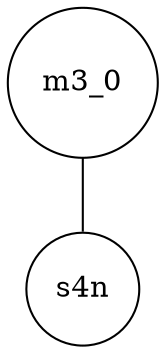
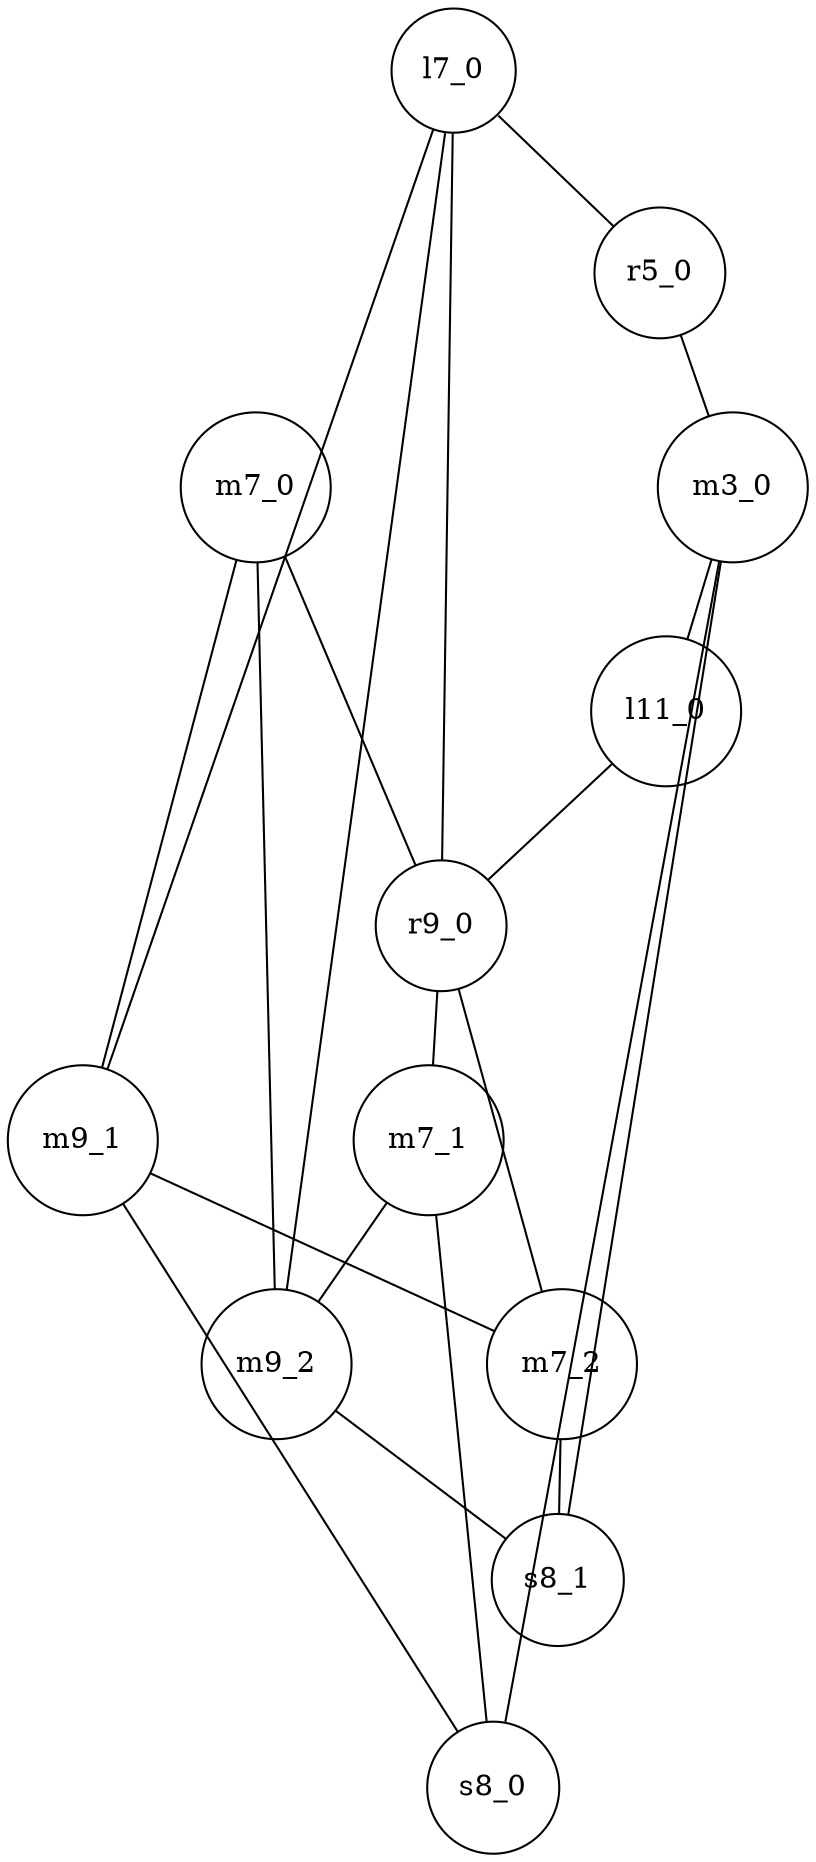
graph "PoT_clone" {
	layout=dot;
	rankdir=TB;
	splines=false;
	newrank=true;
- 	{ rank=same; s4n; }
- 	{ rank=same; m3_0; }
+ 	{ rank=same; m3_0; m7_0; }
+ 	{ rank=same; m7_1; m9_1; }
+ 	{ rank=same; m7_2; m9_2; }
+ 	{ rank=same; s8_0; }
+ 	{ rank=same; s8_1; }

- 	s4n [shape=circle];
	m3_0 [shape=circle];
+ 	m7_0 [shape=circle];
+ 	s8_0 [shape=circle];
+ 	m7_1 [shape=circle];
+ 	m9_1 [shape=circle];
+ 	s8_1 [shape=circle];
+ 	m7_2 [shape=circle];
+ 	m9_2 [shape=circle];
+ 	l7_0 [shape=circle];
+ 	r5_0 [shape=circle];
+ 	l11_0 [shape=circle];
+ 	r9_0 [shape=circle];

- 	m3_0 -- s4n;
+ 	m7_1 -- s8_0;
+ 	m9_1 -- s8_0;
+ 	m7_2 -- s8_1;
+ 	m9_2 -- s8_1;
+ 	l7_0 -- r5_0;
+ 	l11_0 -- r9_0;
+ 	r5_0 -- m3_0;
+ 	m7_0 -- m9_1;
+ 	m7_0 -- m9_2;
+ 	m7_1 -- m9_2;
+ 	m7_2 -- m9_1;
+ 	l7_0 -- m9_1;
+ 	l7_0 -- m9_2;
+ 	l7_0 -- r9_0;
+ 	r9_0 -- m7_0;
+ 	r9_0 -- m7_1;
+ 	r9_0 -- m7_2;
+ 	m3_0 -- s8_0;
+ 	m3_0 -- s8_1;
+ 	m3_0 -- l11_0;

	// Contraintes d'alignement vertical par groupe
+ 	l7_0 -- m7_2 [style=invis];
+ 	m7_2 -- m7_1 [style=invis];
+ 	m7_1 -- m7_0 [style=invis];
+ 	s8_1 -- s8_0 [style=invis];
+ 	r9_0 -- m9_2 [style=invis];
+ 	m9_2 -- m9_1 [style=invis];
}
